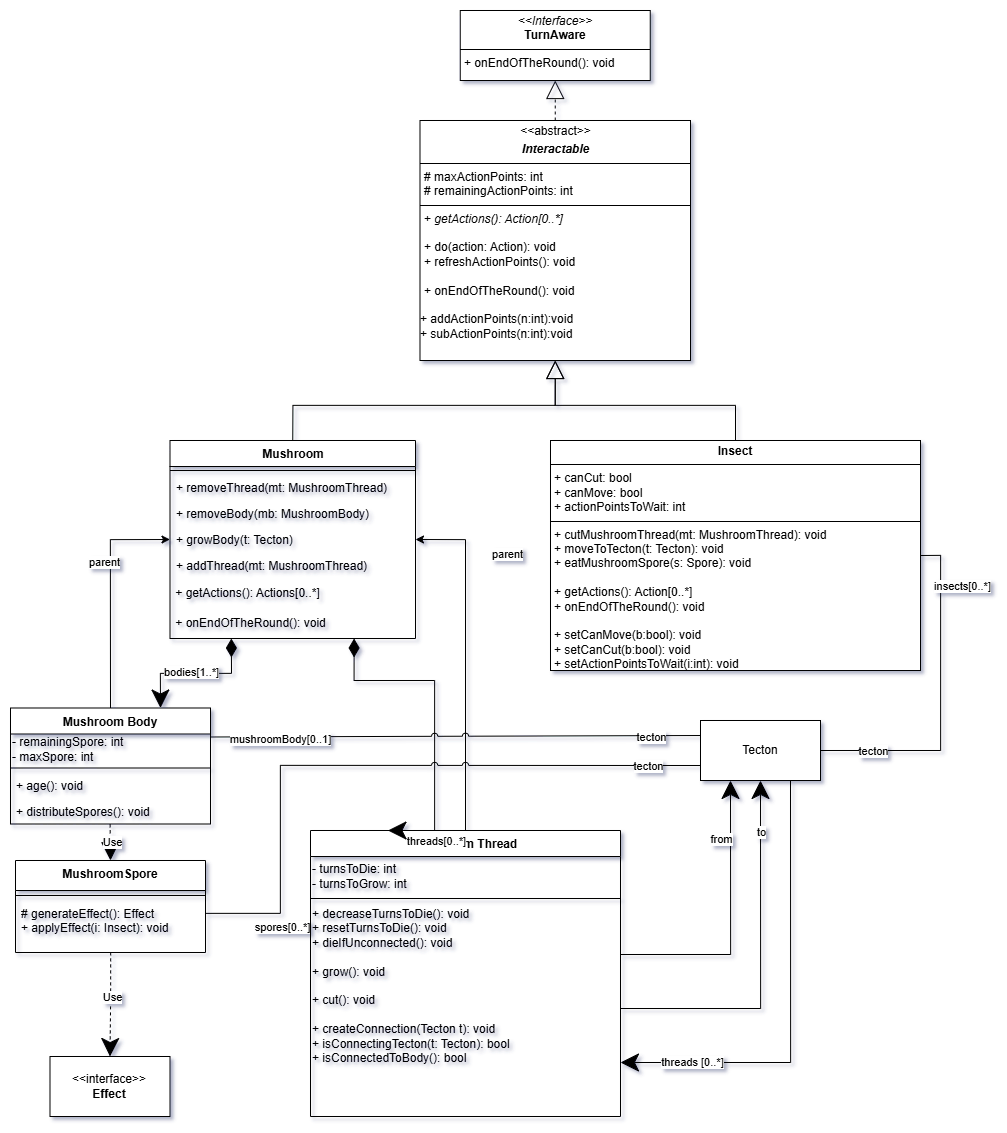
dzsem/projlab keeps this draw.io diagram as diagrams/class/interactables.png. Above is the earlier version. Source tidied: cells renumbered, new cells last; positions are measured from the earlier drawing's top-left corner, leaving out a move shared by most shapes.
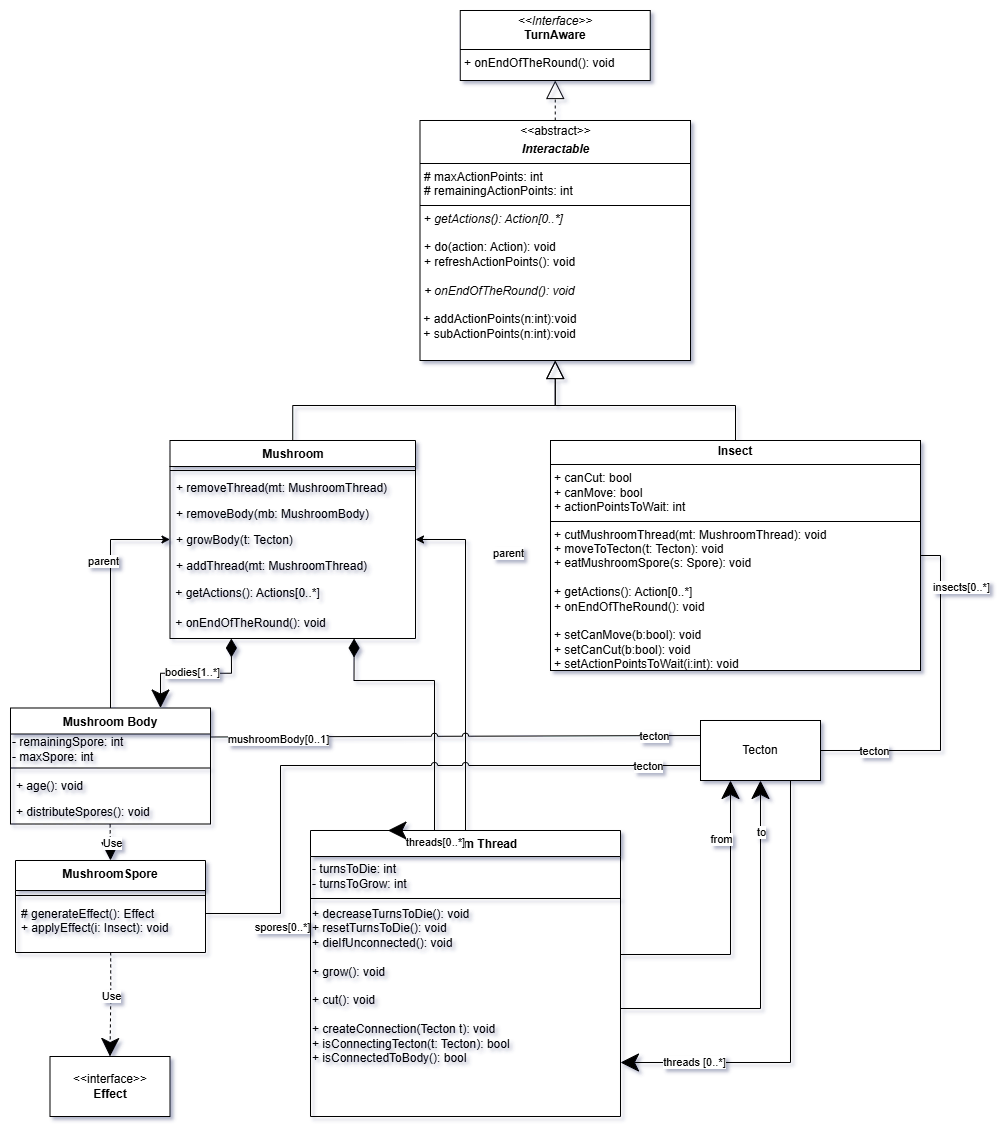
Above is the later version.

Commit message:
Update interactables diagram

Change to the diagram source:
```diff
@@ -5,7 +5,7 @@
     <mxCell id="2" style="edgeStyle=orthogonalEdgeStyle;rounded=0;jettySize=auto;html=1;exitX=0.5;exitY=0;exitDx=0;exitDy=0;entryX=0.5;entryY=1;entryDx=0;entryDy=0;endArrow=block;endFill=0;endSize=16;startSize=16;dashed=1;" parent="1" edge="1" source="3" target="4">
       <mxGeometry relative="1" as="geometry" />
     </mxCell>
-    <mxCell id="3" value="&lt;p style=&quot;margin:0px;margin-top:4px;text-align:center;&quot;&gt;&amp;lt;&amp;lt;abstract&amp;gt;&amp;gt;&lt;/p&gt;&lt;p style=&quot;margin:0px;margin-top:4px;text-align:center;&quot;&gt;&lt;b&gt;&lt;i&gt;Interactable&lt;/i&gt;&lt;/b&gt;&lt;/p&gt;&lt;hr size=&quot;1&quot; style=&quot;border-style:solid;&quot;&gt;&lt;p style=&quot;margin:0px;margin-left:4px;&quot;&gt;# maxActionPoints: int&lt;/p&gt;&lt;p style=&quot;margin:0px;margin-left:4px;&quot;&gt;# remainingActionPoints: int&lt;/p&gt;&lt;hr size=&quot;1&quot; style=&quot;border-style:solid;&quot;&gt;&lt;p style=&quot;margin:0px;margin-left:4px;&quot;&gt;+ &lt;i&gt;getActions(): Action[0..*]&lt;/i&gt;&lt;/p&gt;&lt;p style=&quot;margin:0px;margin-left:4px;&quot;&gt;&lt;br&gt;&lt;/p&gt;&lt;p style=&quot;margin:0px;margin-left:4px;&quot;&gt;+ do(action: Action): void&lt;/p&gt;&lt;p style=&quot;margin:0px;margin-left:4px;&quot;&gt;+ refreshActionPoints(): void&lt;/p&gt;&lt;p style=&quot;margin:0px;margin-left:4px;&quot;&gt;&lt;br&gt;&lt;/p&gt;&lt;p style=&quot;margin:0px;margin-left:4px;&quot;&gt;+ onEndOfTheRound(): void&lt;/p&gt;&lt;p style=&quot;margin:0px;margin-left:4px;&quot;&gt;&lt;br&gt;&lt;/p&gt;&lt;div&gt;+ addActionPoints(n:int):void&lt;/div&gt;&lt;div&gt;+ subActionPoints(n:int):void&lt;/div&gt;" style="verticalAlign=top;align=left;overflow=fill;html=1;whiteSpace=wrap;" parent="1" vertex="1">
+    <mxCell id="3" value="&lt;p style=&quot;margin:0px;margin-top:4px;text-align:center;&quot;&gt;&amp;lt;&amp;lt;abstract&amp;gt;&amp;gt;&lt;/p&gt;&lt;p style=&quot;margin:0px;margin-top:4px;text-align:center;&quot;&gt;&lt;b&gt;&lt;i&gt;Interactable&lt;/i&gt;&lt;/b&gt;&lt;/p&gt;&lt;hr size=&quot;1&quot; style=&quot;border-style:solid;&quot;&gt;&lt;p style=&quot;margin:0px;margin-left:4px;&quot;&gt;# maxActionPoints: int&lt;/p&gt;&lt;p style=&quot;margin:0px;margin-left:4px;&quot;&gt;# remainingActionPoints: int&lt;/p&gt;&lt;hr size=&quot;1&quot; style=&quot;border-style:solid;&quot;&gt;&lt;p style=&quot;margin:0px;margin-left:4px;&quot;&gt;+ &lt;i&gt;getActions(): Action[0..*]&lt;/i&gt;&lt;/p&gt;&lt;p style=&quot;margin:0px;margin-left:4px;&quot;&gt;&lt;br&gt;&lt;/p&gt;&lt;p style=&quot;margin:0px;margin-left:4px;&quot;&gt;+ do(action: Action): void&lt;/p&gt;&lt;p style=&quot;margin:0px;margin-left:4px;&quot;&gt;+ refreshActionPoints(): void&lt;/p&gt;&lt;p style=&quot;margin:0px;margin-left:4px;&quot;&gt;&lt;br&gt;&lt;/p&gt;&lt;p style=&quot;margin:0px;margin-left:4px;&quot;&gt;&lt;i&gt;+ onEndOfTheRound(): void&lt;/i&gt;&lt;/p&gt;&lt;p style=&quot;margin:0px;margin-left:4px;&quot;&gt;&lt;br&gt;&lt;/p&gt;&lt;div&gt;&amp;nbsp;+ addActionPoints(n:int):void&lt;/div&gt;&lt;div&gt;&amp;nbsp;+ subActionPoints(n:int):void&lt;/div&gt;" style="verticalAlign=top;align=left;overflow=fill;html=1;whiteSpace=wrap;" parent="1" vertex="1">
       <mxGeometry x="409.5" y="110" width="270.5" height="240" as="geometry" />
     </mxCell>
     <mxCell id="4" value="&lt;p style=&quot;margin:0px;margin-top:4px;text-align:center;&quot;&gt;&lt;i&gt;&amp;lt;&amp;lt;Interface&amp;gt;&amp;gt;&lt;/i&gt;&lt;br&gt;&lt;b&gt;TurnAware&lt;/b&gt;&lt;/p&gt;&lt;hr size=&quot;1&quot; style=&quot;border-style:solid;&quot;&gt;&lt;p style=&quot;margin:0px;margin-left:4px;&quot;&gt;&lt;/p&gt;&lt;p style=&quot;margin:0px;margin-left:4px;&quot;&gt;+ onEndOfTheRound(): void&lt;/p&gt;" style="verticalAlign=top;align=left;overflow=fill;html=1;whiteSpace=wrap;" parent="1" vertex="1">
```
